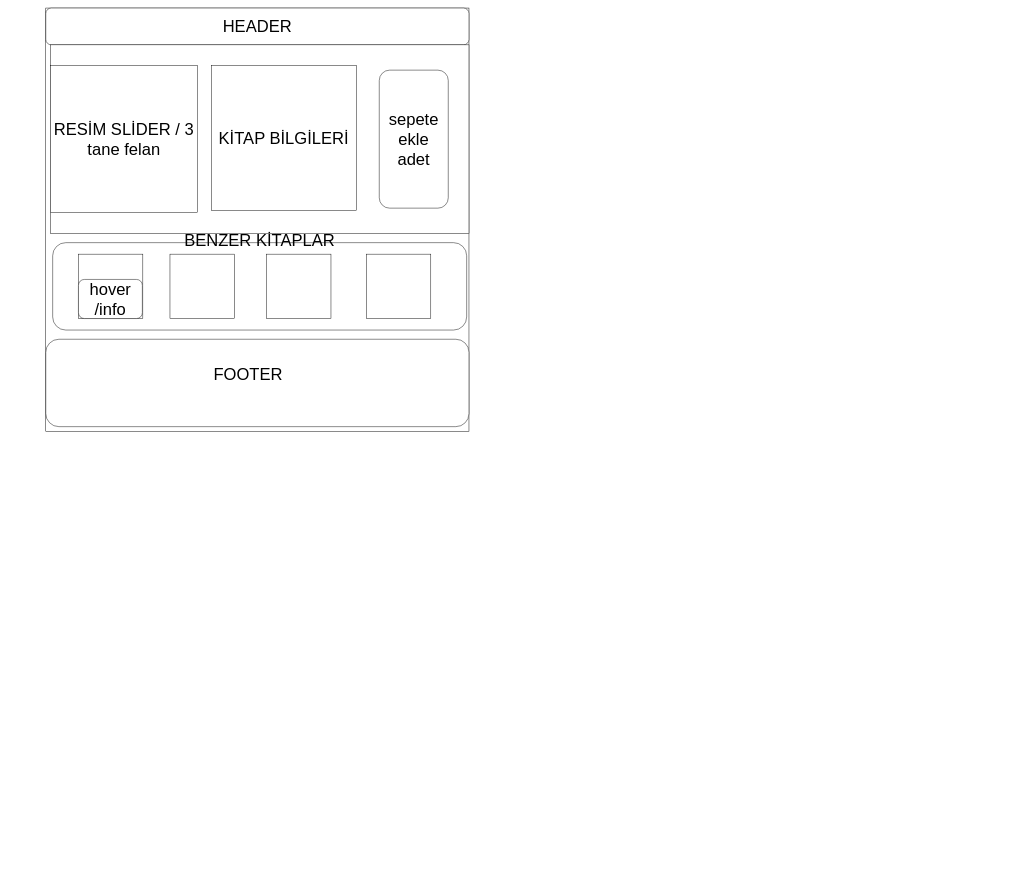
Before: book-product-detail.drawio in YavuzKarakoc/BookShopDesign, a draw.io diagram. Source tidied: cells renumbered, new cells numbered last; positions are measured from the earlier drawing's top-left corner, leaving out a move shared by most shapes. Both pictures are drawn from the tidied source at 46%, with x=0, y=0 at pixel (46, 8).
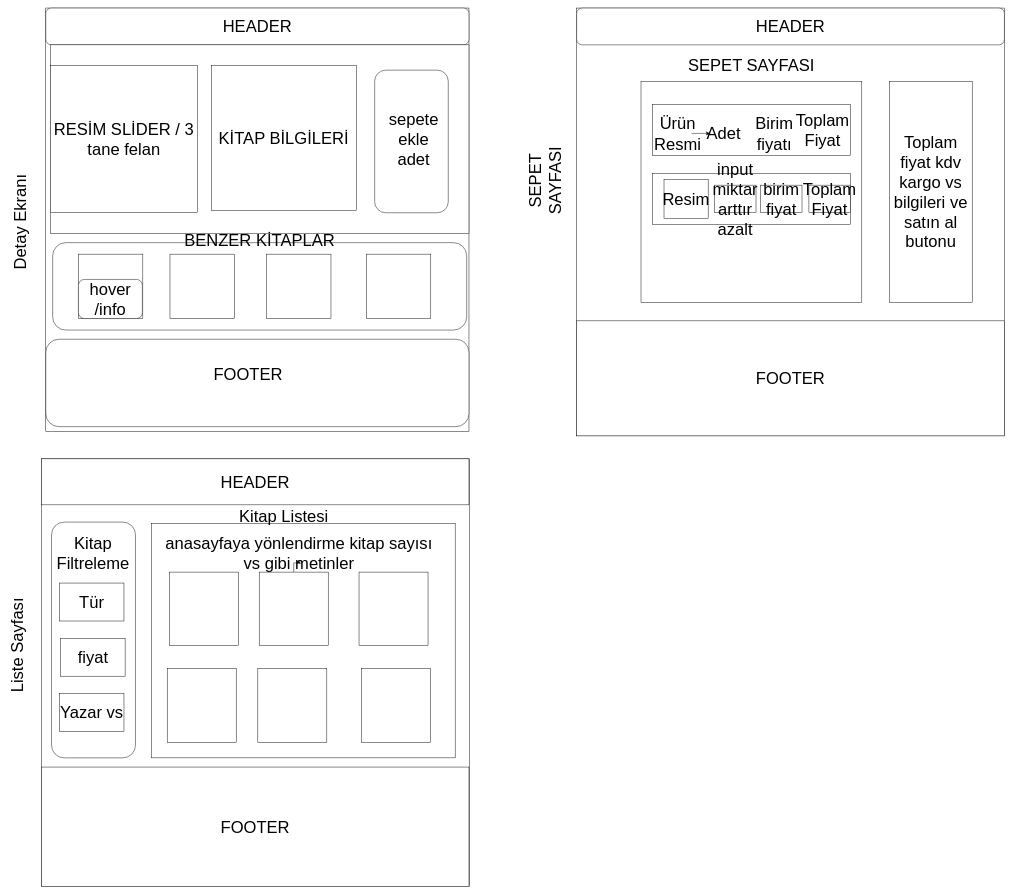
After the change.

Commit message (it also covers changes not shown here):
add detail page update pages wireframe

The edit, as a diff of the source:
```diff
@@
     <mxCell id="10" style="rounded=1;whiteSpace=wrap;html=1;fontSize=36;rotation=90;" parent="1" vertex="1">
-      <mxGeometry x="650" y="210" width="300" height="150" as="geometry" />
+      <mxGeometry x="640" y="210" width="310" height="160" as="geometry" />
     </mxCell>
@@
+    <mxCell id="19" style="whiteSpace=wrap;html=1;" parent="1" vertex="1">
+      <mxGeometry x="-9" y="980" width="930" height="930" as="geometry" />
+    </mxCell>
+    <mxCell id="20" value="&lt;font style=&quot;font-size: 36px&quot;&gt;HEADER&lt;/font&gt;" style="rounded=0;whiteSpace=wrap;html=1;" parent="1" vertex="1">
+      <mxGeometry x="-9" y="980" width="929" height="100" as="geometry" />
+    </mxCell>
+    <mxCell id="21" value="&lt;font style=&quot;font-size: 36px&quot;&gt;FOOTER&lt;/font&gt;" style="rounded=0;whiteSpace=wrap;html=1;" parent="1" vertex="1">
+      <mxGeometry x="-9" y="1650" width="929" height="260" as="geometry" />
+    </mxCell>
+    <mxCell id="22" style="rounded=1;whiteSpace=wrap;html=1;fontSize=36;rotation=90;" parent="1" vertex="1">
+      <mxGeometry x="-152.5" y="1282.5" width="512.5" height="182.5" as="geometry" />
+    </mxCell>
+    <mxCell id="23" style="rounded=0;whiteSpace=wrap;html=1;fontSize=36;" parent="1" vertex="1">
+      <mxGeometry x="230" y="1120" width="660" height="510" as="geometry" />
+    </mxCell>
+    <mxCell id="24" value="Tür" style="rounded=0;whiteSpace=wrap;html=1;fontSize=36;" parent="1" vertex="1">
+      <mxGeometry x="30" y="1250" width="140" height="82.5" as="geometry" />
+    </mxCell>
+    <mxCell id="25" value="Kitap Filtreleme&lt;br&gt;" style="text;html=1;strokeColor=none;fillColor=none;align=center;verticalAlign=middle;whiteSpace=wrap;rounded=0;fontSize=36;" parent="1" vertex="1">
+      <mxGeometry x="42.5" y="1170" width="120" height="30" as="geometry" />
+    </mxCell>
+    <mxCell id="26" value="fiyat" style="rounded=0;whiteSpace=wrap;html=1;fontSize=36;" parent="1" vertex="1">
+      <mxGeometry x="32.5" y="1370" width="140" height="82.5" as="geometry" />
+    </mxCell>
+    <mxCell id="27" value="Yazar vs" style="rounded=0;whiteSpace=wrap;html=1;fontSize=36;" parent="1" vertex="1">
+      <mxGeometry x="30" y="1490" width="140" height="82.5" as="geometry" />
+    </mxCell>
+    <mxCell id="28" style="rounded=0;whiteSpace=wrap;html=1;fontSize=36;" parent="1" vertex="1">
+      <mxGeometry x="269" y="1226.2" width="150" height="160" as="geometry" />
+    </mxCell>
+    <mxCell id="29" style="edgeStyle=orthogonalEdgeStyle;rounded=0;jettySize=auto;html=1;fontSize=36;" parent="1" edge="1" source="30" target="35">
+      <mxGeometry relative="1" as="geometry" />
+    </mxCell>
+    <mxCell id="30" style="rounded=0;whiteSpace=wrap;html=1;fontSize=36;" parent="1" vertex="1">
+      <mxGeometry x="464" y="1226.2" width="150" height="160" as="geometry" />
+    </mxCell>
+    <mxCell id="31" style="rounded=0;whiteSpace=wrap;html=1;fontSize=36;" parent="1" vertex="1">
+      <mxGeometry x="681" y="1226.2" width="150" height="160" as="geometry" />
+    </mxCell>
+    <mxCell id="32" style="rounded=0;whiteSpace=wrap;html=1;fontSize=36;" parent="1" vertex="1">
+      <mxGeometry x="264" y="1436.2" width="150" height="160" as="geometry" />
+    </mxCell>
+    <mxCell id="33" style="rounded=0;whiteSpace=wrap;html=1;fontSize=36;" parent="1" vertex="1">
+      <mxGeometry x="461" y="1436.2" width="150" height="160" as="geometry" />
+    </mxCell>
+    <mxCell id="34" style="rounded=0;whiteSpace=wrap;html=1;fontSize=36;" parent="1" vertex="1">
+      <mxGeometry x="686" y="1436.2" width="150" height="160" as="geometry" />
+    </mxCell>
+    <mxCell id="35" value="anasayfaya yönlendirme kitap sayısı vs gibi metinler" style="text;html=1;strokeColor=none;fillColor=none;align=center;verticalAlign=middle;whiteSpace=wrap;rounded=0;fontSize=36;" parent="1" vertex="1">
+      <mxGeometry x="258.8" y="1170" width="582.5" height="30" as="geometry" />
+    </mxCell>
+    <mxCell id="36" value="Kitap Listesi" style="text;html=1;strokeColor=none;fillColor=none;align=center;verticalAlign=middle;whiteSpace=wrap;rounded=0;fontSize=36;" parent="1" vertex="1">
+      <mxGeometry x="371.2" y="1090" width="292.5" height="30" as="geometry" />
+    </mxCell>
+    <mxCell id="37" value="Detay Ekranı" style="text;html=1;strokeColor=none;fillColor=none;align=center;verticalAlign=middle;whiteSpace=wrap;rounded=0;fontSize=36;rotation=-90;" parent="1" vertex="1">
+      <mxGeometry x="-170" y="450" width="230" height="30" as="geometry" />
+    </mxCell>
+    <mxCell id="38" value="Liste Sayfası" style="text;html=1;strokeColor=none;fillColor=none;align=center;verticalAlign=middle;whiteSpace=wrap;rounded=0;fontSize=36;rotation=-90;" parent="1" vertex="1">
+      <mxGeometry x="-176" y="1370" width="230" height="30" as="geometry" />
+    </mxCell>
+    <mxCell id="39" style="whiteSpace=wrap;html=1;fontSize=36;" parent="1" vertex="1">
+      <mxGeometry x="1154" width="930" height="930" as="geometry" />
+    </mxCell>
+    <mxCell id="40" value="&lt;font style=&quot;font-size: 36px&quot;&gt;HEADER&lt;/font&gt;" style="rounded=1;whiteSpace=wrap;html=1;" parent="1" vertex="1">
+      <mxGeometry x="1154" width="930" height="80" as="geometry" />
+    </mxCell>
+    <mxCell id="41" value="&lt;font style=&quot;font-size: 36px&quot;&gt;FOOTER&lt;/font&gt;" style="rounded=0;whiteSpace=wrap;html=1;" parent="1" vertex="1">
+      <mxGeometry x="1154" y="680" width="930" height="250" as="geometry" />
+    </mxCell>
+    <mxCell id="42" style="whiteSpace=wrap;html=1;fontSize=36;" parent="1" vertex="1">
+      <mxGeometry x="1294" y="160" width="480" height="480" as="geometry" />
+    </mxCell>
+    <mxCell id="43" value="Toplam fiyat kdv kargo vs bilgileri ve satın al butonu" style="rounded=0;whiteSpace=wrap;html=1;fontSize=36;" parent="1" vertex="1">
+      <mxGeometry x="1834" y="160" width="180" height="480" as="geometry" />
+    </mxCell>
+    <mxCell id="44" style="rounded=0;whiteSpace=wrap;html=1;fontSize=36;" parent="1" vertex="1">
+      <mxGeometry x="1319" y="210" width="430" height="110" as="geometry" />
+    </mxCell>
+    <mxCell id="45" style="rounded=0;whiteSpace=wrap;html=1;fontSize=36;" parent="1" vertex="1">
+      <mxGeometry x="1319" y="360" width="430" height="110" as="geometry" />
+    </mxCell>
+    <mxCell id="46" value="Resim" style="rounded=0;whiteSpace=wrap;html=1;fontSize=36;" parent="1" vertex="1">
+      <mxGeometry x="1344" y="372.5" width="96" height="85" as="geometry" />
+    </mxCell>
+    <mxCell id="47" value="input miktar arttır azalt" style="rounded=0;whiteSpace=wrap;html=1;fontSize=36;" parent="1" vertex="1">
+      <mxGeometry x="1454" y="385" width="90" height="60" as="geometry" />
+    </mxCell>
+    <mxCell id="48" value="birim fiyat" style="rounded=0;whiteSpace=wrap;html=1;fontSize=36;" parent="1" vertex="1">
+      <mxGeometry x="1554" y="385" width="90" height="60" as="geometry" />
+    </mxCell>
+    <mxCell id="49" value="Toplam Fiyat" style="rounded=0;whiteSpace=wrap;html=1;fontSize=36;" parent="1" vertex="1">
+      <mxGeometry x="1659" y="385" width="90" height="60" as="geometry" />
+    </mxCell>
+    <mxCell id="50" style="edgeStyle=orthogonalEdgeStyle;rounded=0;jettySize=auto;html=1;fontSize=36;" parent="1" edge="1" source="51" target="52">
+      <mxGeometry relative="1" as="geometry" />
+    </mxCell>
+    <mxCell id="51" value="Ürün Resmi" style="text;html=1;strokeColor=none;fillColor=none;align=center;verticalAlign=middle;whiteSpace=wrap;rounded=0;fontSize=36;" parent="1" vertex="1">
+      <mxGeometry x="1344" y="260" width="60" height="25" as="geometry" />
+    </mxCell>
+    <mxCell id="52" value="Adet" style="text;html=1;strokeColor=none;fillColor=none;align=center;verticalAlign=middle;whiteSpace=wrap;rounded=0;fontSize=36;" parent="1" vertex="1">
+      <mxGeometry x="1444" y="260" width="60" height="25" as="geometry" />
+    </mxCell>
+    <mxCell id="53" value="Birim fiyatı" style="text;html=1;strokeColor=none;fillColor=none;align=center;verticalAlign=middle;whiteSpace=wrap;rounded=0;fontSize=36;" parent="1" vertex="1">
+      <mxGeometry x="1554" y="260" width="60" height="25" as="geometry" />
+    </mxCell>
+    <mxCell id="54" value="Toplam Fiyat" style="text;html=1;strokeColor=none;fillColor=none;align=center;verticalAlign=middle;whiteSpace=wrap;rounded=0;fontSize=36;" parent="1" vertex="1">
+      <mxGeometry x="1659" y="252.5" width="60" height="27.5" as="geometry" />
+    </mxCell>
+    <mxCell id="55" value="SEPET SAYFASI" style="text;html=1;strokeColor=none;fillColor=none;align=center;verticalAlign=middle;whiteSpace=wrap;rounded=0;fontSize=36;" parent="1" vertex="1">
+      <mxGeometry x="1344" y="110" width="380" height="30" as="geometry" />
+    </mxCell>
+    <mxCell id="56" value="SEPET SAYFASI" style="text;html=1;strokeColor=none;fillColor=none;align=center;verticalAlign=middle;whiteSpace=wrap;rounded=0;fontSize=36;rotation=-90;" parent="1" vertex="1">
+      <mxGeometry x="1055" y="360" width="60" height="30" as="geometry" />
+    </mxCell>
```
